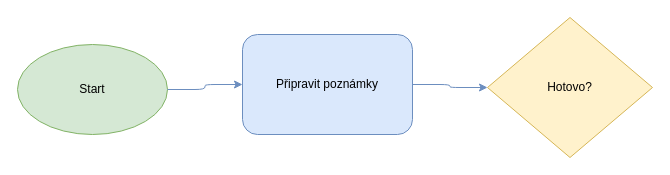
Before: page "Workflow" (1 of 2) of demo-wiki/Attachments/example.drawio in nibage/local-stackedit-wiki, a draw.io diagram. Source tidied: cells renumbered, new cells numbered last; positions are measured from the earlier drawing's top-left corner, leaving out a move shared by most shapes. Both pictures are drawn from the tidied source at 100%, with x=0, y=0 at pixel (17, 17).
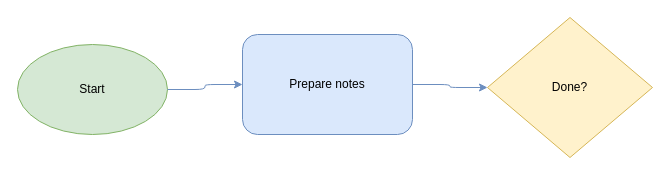
The same page after the edit.

Diff of the diagram source:
```diff
@@
 <mxGraphModel>
   <root>
     <mxCell id="0" />
     <mxCell id="1" parent="0" />
     <mxCell id="2" value="Start" style="ellipse;whiteSpace=wrap;fillColor=#d5e8d4;strokeColor=#82b366;" parent="1" vertex="1">
       <mxGeometry y="27" width="150" height="90" as="geometry" />
     </mxCell>
-    <mxCell id="3" value="Připravit poznámky" style="rounded=1;whiteSpace=wrap;fillColor=#dae8fc;strokeColor=#6c8ebf;" parent="1" vertex="1">
+    <mxCell id="3" value="Prepare notes" style="rounded=1;whiteSpace=wrap;fillColor=#dae8fc;strokeColor=#6c8ebf;" parent="1" vertex="1">
       <mxGeometry x="225" y="17" width="170" height="100" as="geometry" />
     </mxCell>
-    <mxCell id="4" value="Hotovo?" style="rhombus;whiteSpace=wrap;fillColor=#fff2cc;strokeColor=#d6b656;" parent="1" vertex="1">
+    <mxCell id="4" value="Done?" style="rhombus;whiteSpace=wrap;fillColor=#fff2cc;strokeColor=#d6b656;" parent="1" vertex="1">
       <mxGeometry x="470" width="165" height="140" as="geometry" />
     </mxCell>
     <mxCell id="5" style="endArrow=classic;edgeStyle=orthogonalEdgeStyle;strokeColor=#6c8ebf;" parent="1" edge="1" source="2" target="3">
       <mxGeometry relative="1" as="geometry" />
     </mxCell>
     <mxCell id="6" style="endArrow=classic;edgeStyle=orthogonalEdgeStyle;strokeColor=#6c8ebf;" parent="1" edge="1" source="3" target="4">
       <mxGeometry relative="1" as="geometry" />
     </mxCell>
   </root>
 </mxGraphModel>
```
